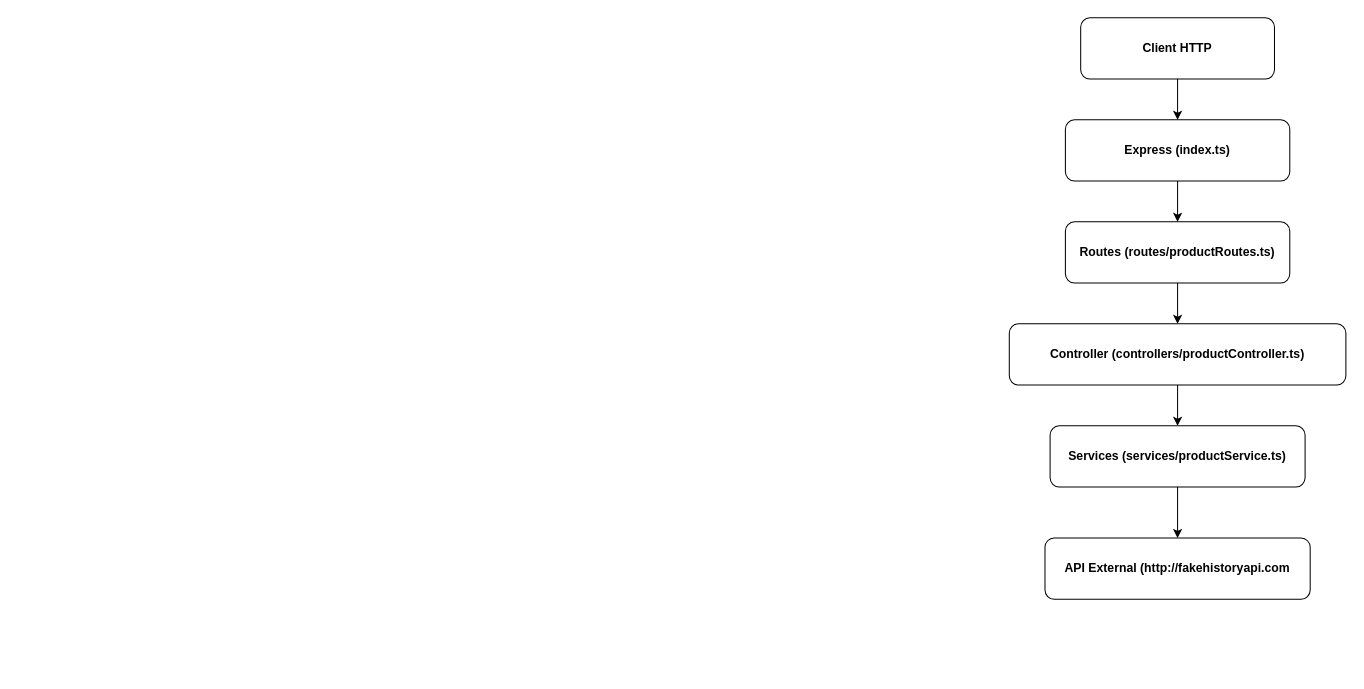
The draw.io diagram docs/fluxo.drawio in rosival-souza/unisinos-product-api, before the edit. Source tidied: cells renumbered, new cells numbered last; positions are measured from the earlier drawing's top-left corner, leaving out a move shared by most shapes. Both pictures are drawn from the tidied source at 102%, with x=0, y=0 at pixel (1009, 17).
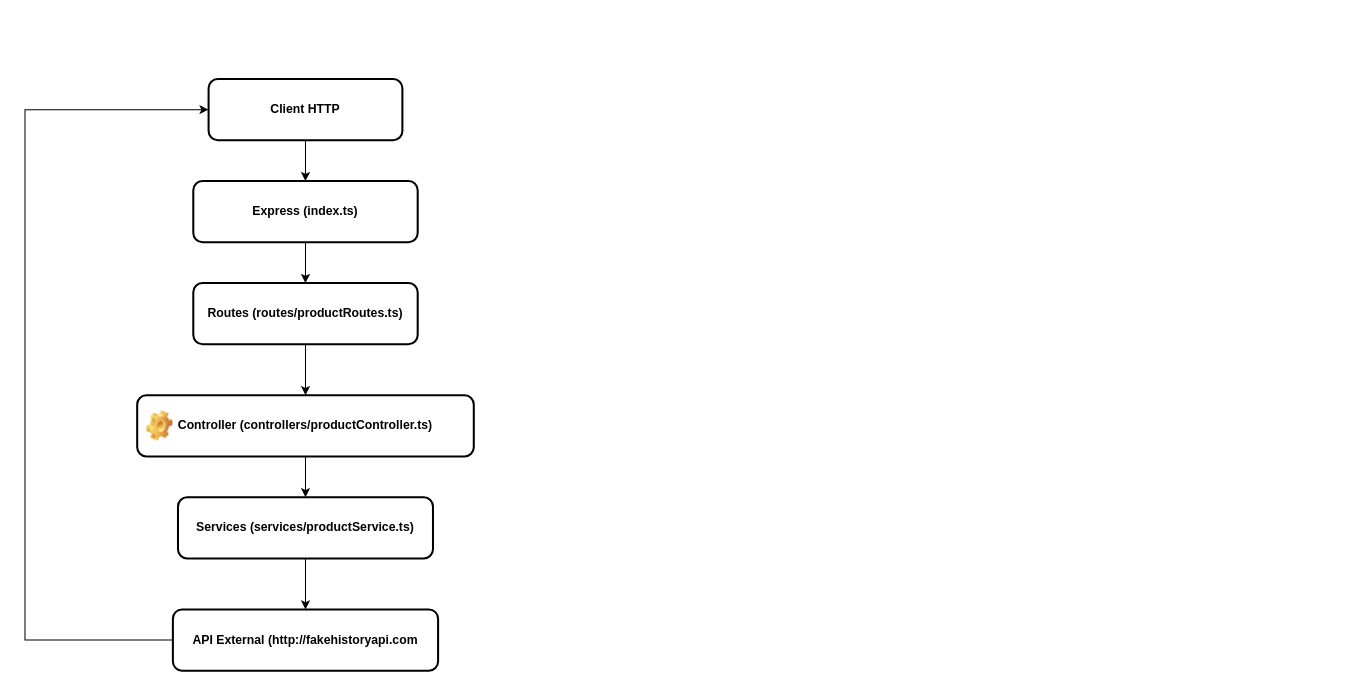
The same page after the edit.

Diff of the diagram source:
```diff
@@
 <mxGraphModel>
   <root>
     <mxCell id="0" />
     <mxCell id="1" parent="0" />
-    <mxCell id="2" value="&lt;b&gt;Express (index.ts)&lt;/b&gt;" style="rounded=1;whiteSpace=wrap;html=1;" parent="1" vertex="1">
-      <mxGeometry x="55" y="100" width="220" height="60" as="geometry" />
+    <mxCell id="2" value="&lt;b&gt;Express (index.ts)&lt;/b&gt;" style="rounded=1;whiteSpace=wrap;html=1;fillColor=none;strokeWidth=2;" parent="1" vertex="1">
+      <mxGeometry x="-800" y="160" width="220" height="60" as="geometry" />
     </mxCell>
     <mxCell id="3" style="endArrow=classic;html=1;rounded=0;exitX=0.5;exitY=1;exitDx=0;exitDy=0;entryX=0.5;entryY=0;entryDx=0;entryDy=0;" parent="1" edge="1" source="2" target="4">
       <mxGeometry relative="1" as="geometry" />
     </mxCell>
-    <mxCell id="4" value="&lt;b&gt;Routes (routes/productRoutes.ts)&lt;/b&gt;" style="rounded=1;whiteSpace=wrap;html=1;" parent="1" vertex="1">
-      <mxGeometry x="55" y="200" width="220" height="60" as="geometry" />
+    <mxCell id="4" value="&lt;b&gt;Routes (routes/productRoutes.ts)&lt;/b&gt;" style="rounded=1;whiteSpace=wrap;html=1;fillColor=none;strokeWidth=2;" parent="1" vertex="1">
+      <mxGeometry x="-800" y="260" width="220" height="60" as="geometry" />
     </mxCell>
     <mxCell id="5" style="endArrow=classic;html=1;rounded=0;exitX=0.5;exitY=1;exitDx=0;exitDy=0;entryX=0.5;entryY=0;entryDx=0;entryDy=0;" parent="1" edge="1" source="4" target="8">
       <mxGeometry relative="1" as="geometry" />
     </mxCell>
-    <mxCell id="6" value="&lt;b&gt;Client HTTP&lt;/b&gt;" style="rounded=1;whiteSpace=wrap;html=1;" parent="1" vertex="1">
-      <mxGeometry x="70" width="190" height="60" as="geometry" />
+    <mxCell id="6" value="&lt;b&gt;Client HTTP&lt;/b&gt;" style="rounded=1;whiteSpace=wrap;html=1;fillColor=none;strokeWidth=2;" parent="1" vertex="1">
+      <mxGeometry x="-785" y="60" width="190" height="60" as="geometry" />
     </mxCell>
     <mxCell id="7" style="endArrow=classic;html=1;rounded=0;entryX=0.5;entryY=0;entryDx=0;entryDy=0;exitX=0.5;exitY=1;exitDx=0;exitDy=0;" parent="1" edge="1" source="6" target="2">
       <mxGeometry relative="1" as="geometry" />
     </mxCell>
-    <mxCell id="8" value="&lt;b&gt;Controller (controllers/productController.ts)&lt;/b&gt;" style="rounded=1;whiteSpace=wrap;html=1;" parent="1" vertex="1">
-      <mxGeometry y="300" width="330" height="60" as="geometry" />
+    <mxCell id="8" value="&lt;b&gt;Controller (controllers/productController.ts)&lt;/b&gt;" style="rounded=1;whiteSpace=wrap;html=1;fillColor=none;strokeWidth=2;" parent="1" vertex="1">
+      <mxGeometry x="-855" y="370" width="330" height="60" as="geometry" />
     </mxCell>
     <mxCell id="9" style="endArrow=classic;html=1;rounded=0;exitX=0.5;exitY=1;exitDx=0;exitDy=0;entryX=0.5;entryY=0;entryDx=0;entryDy=0;" parent="1" edge="1" source="8" target="10">
       <mxGeometry relative="1" as="geometry" />
     </mxCell>
-    <mxCell id="10" value="&lt;b&gt;Services (services/productService.ts)&lt;/b&gt;" style="rounded=1;whiteSpace=wrap;html=1;" parent="1" vertex="1">
-      <mxGeometry x="40" y="400" width="250" height="60" as="geometry" />
+    <mxCell id="10" value="&lt;b&gt;Services (services/productService.ts)&lt;/b&gt;" style="rounded=1;whiteSpace=wrap;html=1;fillColor=none;strokeWidth=2;" parent="1" vertex="1">
+      <mxGeometry x="-815" y="470" width="250" height="60" as="geometry" />
     </mxCell>
     <mxCell id="11" style="endArrow=classic;html=1;rounded=0;exitX=0.5;exitY=1;exitDx=0;exitDy=0;entryX=0.5;entryY=0;entryDx=0;entryDy=0;" parent="1" edge="1" source="10" target="12">
       <mxGeometry relative="1" as="geometry" />
     </mxCell>
-    <mxCell id="12" value="&lt;b&gt;API External (http://fakehistoryapi.com&lt;/b&gt;" style="rounded=1;whiteSpace=wrap;html=1;" parent="1" vertex="1">
-      <mxGeometry x="35" y="510" width="260" height="60" as="geometry" />
+    <mxCell id="12" value="&lt;b&gt;API External (http://fakehistoryapi.com&lt;/b&gt;" style="rounded=1;whiteSpace=wrap;html=1;fillColor=none;strokeWidth=2;" parent="1" vertex="1">
+      <mxGeometry x="-820" y="580" width="260" height="60" as="geometry" />
     </mxCell>
+    <mxCell id="13" style="shape=image;html=1;verticalLabelPosition=bottom;verticalAlign=top;imageAspect=1;image=img/clipart/Gear_128x128.png;" parent="1" vertex="1">
+      <mxGeometry x="-845.6" y="385" width="25.6" height="30" as="geometry" />
+    </mxCell>
+    <mxCell id="14" style="endArrow=classic;html=1;rounded=0;exitX=0;exitY=0.5;exitDx=0;exitDy=0;" parent="1" edge="1" source="12">
+      <mxGeometry relative="1" as="geometry">
+        <mxPoint x="-785" y="90" as="targetPoint" />
+        <Array as="points">
+          <mxPoint x="-965" y="610" />
+          <mxPoint x="-965" y="90" />
+        </Array>
+      </mxGeometry>
+    </mxCell>
   </root>
 </mxGraphModel>
```
